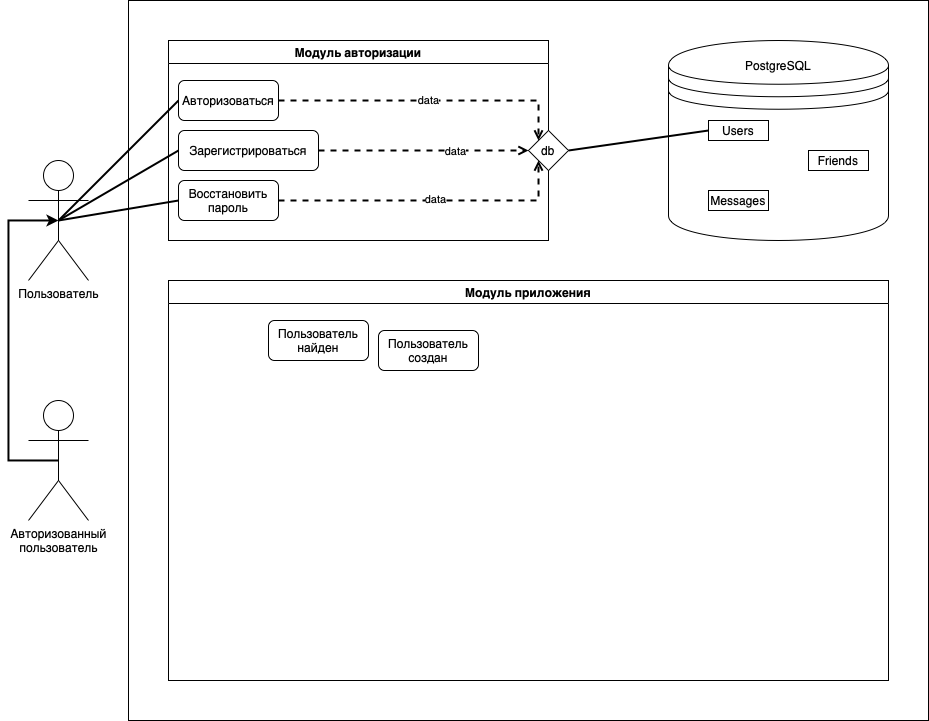
Before: doc/use-case-diagram.png, a diagram exported from draw.io (dokerplp/vk-test-task). Source tidied: cells renumbered, new cells last; positions are measured from the earlier drawing's top-left corner, leaving out a move shared by most shapes.
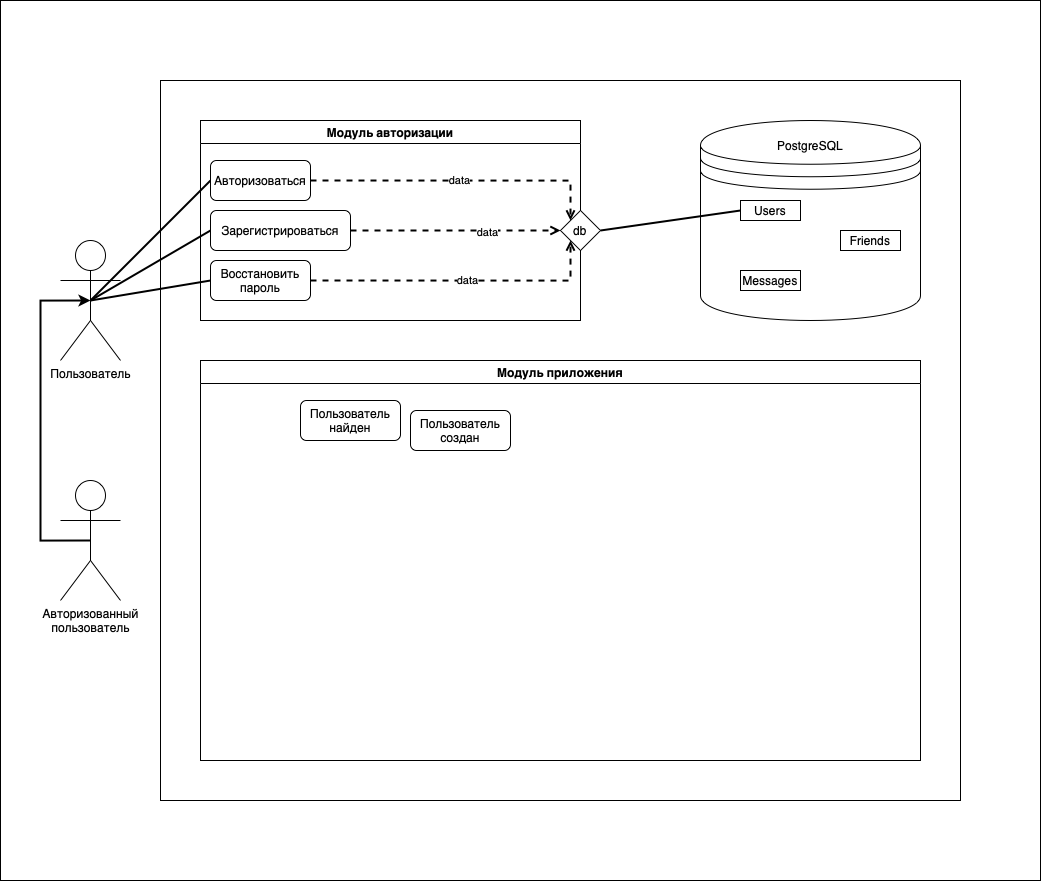
After the commit.

The edit, as a diff of the source:
```diff
@@ -2,6 +2,9 @@
   <root>
     <mxCell id="0" />
     <mxCell id="1" parent="0" />
+    <mxCell id="28" style="rounded=0;whiteSpace=wrap;html=1;" parent="1" vertex="1">
+      <mxGeometry x="-40" y="-80" width="1040" height="880" as="geometry" />
+    </mxCell>
     <mxCell id="2" style="rounded=0;whiteSpace=wrap;html=1;" parent="1" vertex="1">
       <mxGeometry x="120" width="800" height="720" as="geometry" />
     </mxCell>
```
